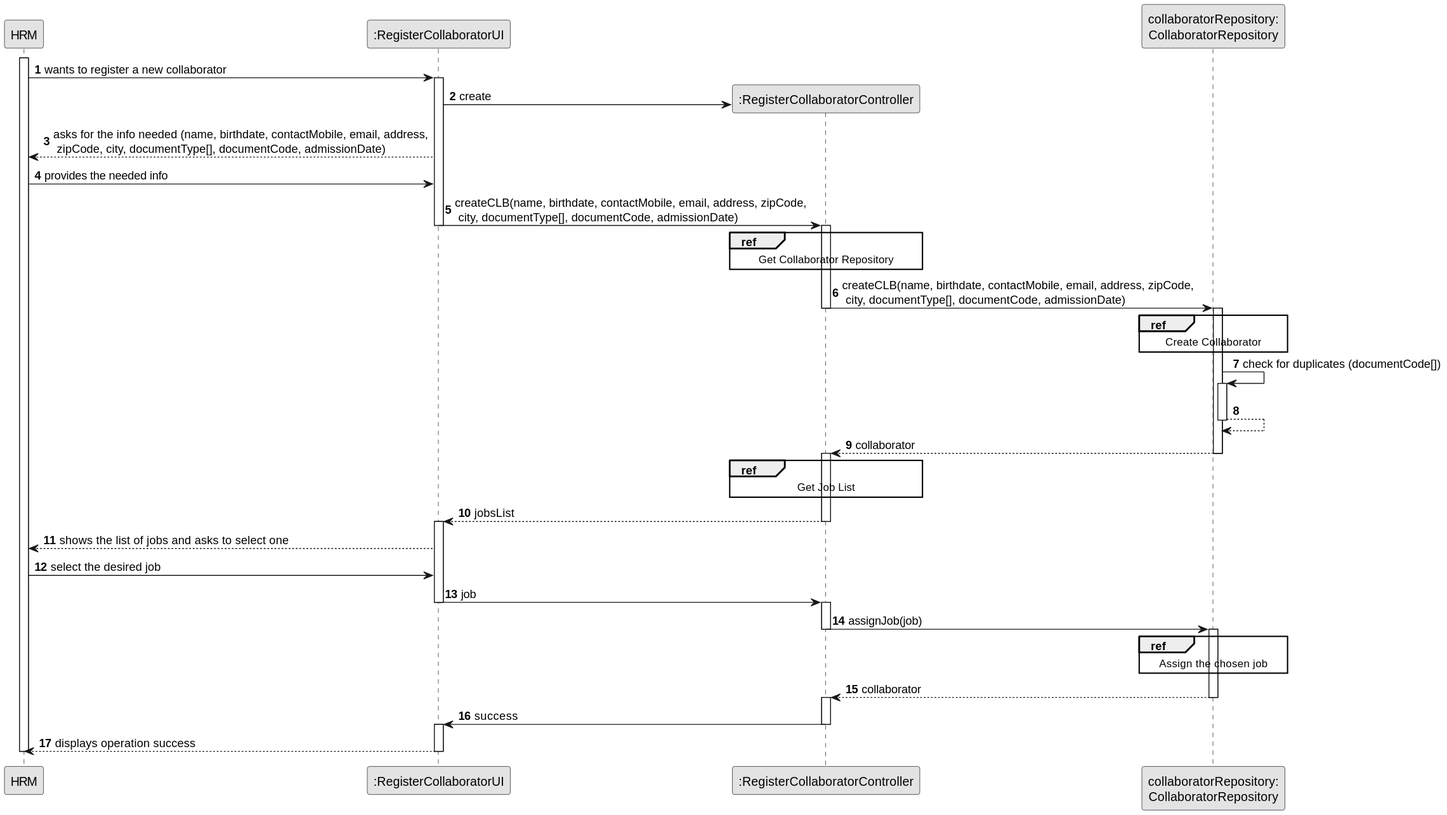
ricardomm7/leaflink keeps this PlantUML diagram as docs/sprintB/us003/03.design/svg/us003-sequence-diagram-split.svg. Above is the earlier version.
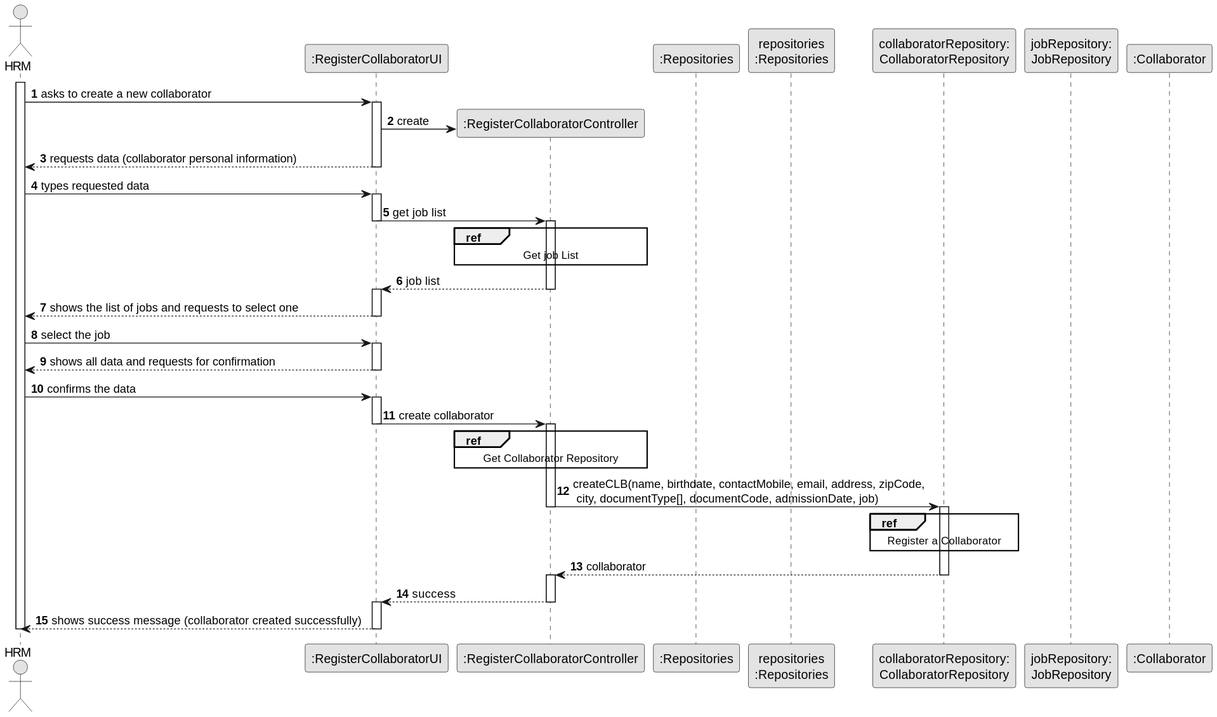
The same file after the commit.

What changed in the source:
```diff
@@ -5,78 +5,91 @@
 
 autonumber
 
-participant "HRM" as HRM
+actor "HRM" as HRM
 participant ":RegisterCollaboratorUI" as UI
 participant ":RegisterCollaboratorController" as CTRL
-
+participant ":Repositories" as GlobRepo
+participant "repositories\n:Repositories" as PLAT
 participant "collaboratorRepository:\nCollaboratorRepository" as CLBREP
+participant "jobRepository:\nJobRepository" as jobRepository
+participant ":Collaborator" as CLB
 
 
 activate HRM
 
-HRM -> UI : wants to register a new collaborator
+HRM -> UI : asks to create a new collaborator
 activate UI
 
 UI -> CTRL** : create
 
-UI --> HRM : asks for the info needed (name, birthdate, contactMobile, email, address,\n zipCode, city, documentType[], documentCode, admissionDate)
+UI --> HRM : requests data (collaborator personal information)
+deactivate UI
 
-HRM -> UI : provides the needed info
+HRM -> UI : types requested data
+activate UI
 
-UI -> CTRL : createCLB(name, birthdate, contactMobile, email, address, zipCode,\n city, documentType[], documentCode, admissionDate)
+UI -> CTRL: get job list
+deactivate UI
+
+activate CTRL
+
+ref over CTRL
+Get job List
+end ref
+
+
+
+deactivate jobRepository
+CTRL -->UI : job list
+deactivate CTRL
+activate UI
+
+UI --> HRM : shows the list of jobs and requests to select one
+deactivate UI
+
+
+HRM -> UI : select the job
+activate UI
+
+UI --> HRM: shows all data and requests for confirmation
+deactivate UI
+
+HRM -> UI: confirms the data
+activate UI
+
+UI -> CTRL : create collaborator
 deactivate UI
 activate CTRL
-        ref over CTRL
-            Get Collaborator Repository
-        end ref
 
-CTRL -> CLBREP : createCLB(name, birthdate, contactMobile, email, address, zipCode,\n city, documentType[], documentCode, admissionDate)
+ref over CTRL
+Get Collaborator Repository
+end ref
+
+
+
+CTRL -> CLBREP : createCLB(name, birthdate, contactMobile, email, address, zipCode,\n city, documentType[], documentCode, admissionDate, job)
 deactivate CTRL
-activate CLBREP
-        ref over CLBREP
-            Create Collaborator
-        end ref
 
 activate CLBREP
 
-CLBREP -> CLBREP : check for duplicates (documentCode[])
-activate CLBREP
-CLBREP --> CLBREP
-deactivate CLBREP
+ref over CLBREP
+Register a Collaborator
+end ref
+
+
+
+
 CLBREP --> CTRL : collaborator
-deactivate CLBREP
 deactivate CLBREP
 
 activate CTRL
-ref over CTRL
-                         Get Job List
-                     end ref
-CTRL -->UI : jobsList
+
+
+
+CTRL --> UI : success
 deactivate CTRL
 activate UI
-UI --> HRM : shows the list of jobs and asks to select one
-
-HRM -> UI : select the desired job
-
-UI -> CTRL : job
-deactivate UI
-activate CTRL
-
-
-CTRL ->CLBREP : assignJob(job)
-deactivate CTRL
-activate CLBREP
-
-        ref over CLBREP
-            Assign the chosen job
-        end ref
-CLBREP --> CTRL : collaborator
-deactivate CLBREP
-activate CTRL
-CTRL -> UI : success
-deactivate CTRL
-activate UI
-UI --> HRM : displays operation success
+UI --> HRM : shows success message (collaborator created successfully)
 deactivate UI
 deactivate HRM
 @enduml
```
